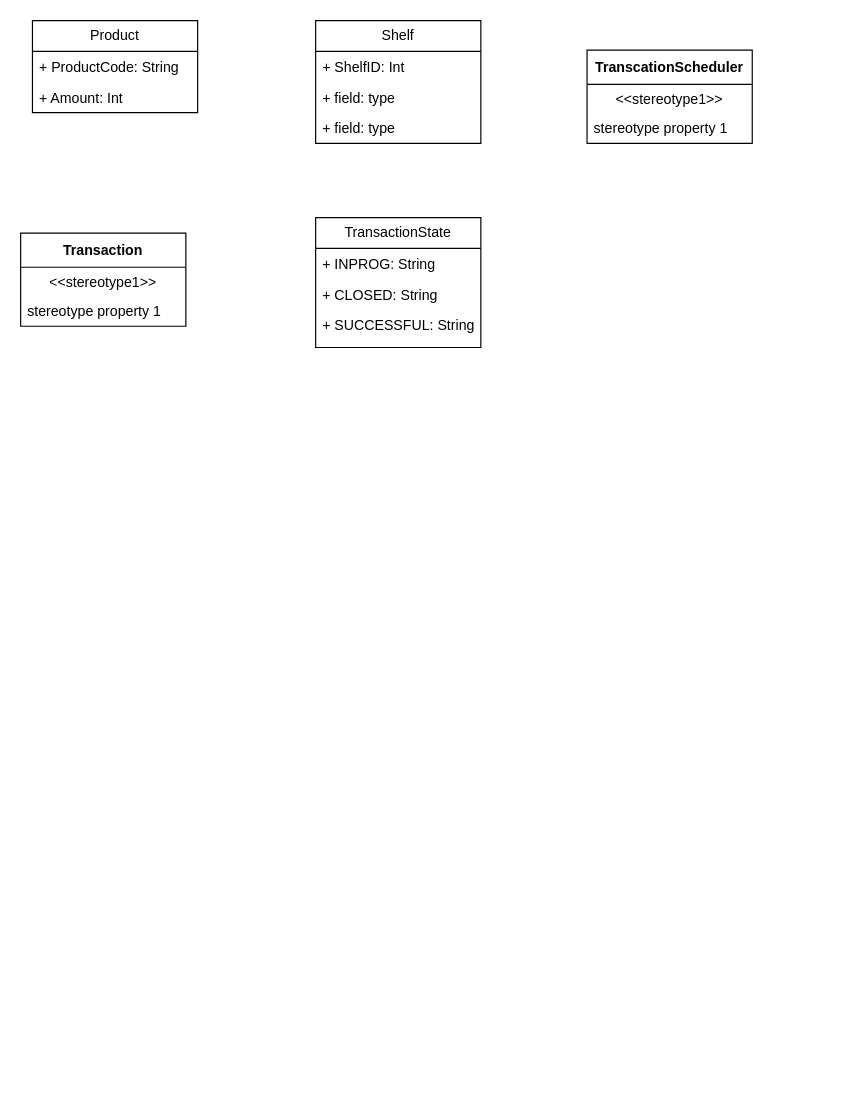
This is VendingMachine.drawio from krishnaagarwal1feb/LowLevelDesign, a draw.io file, before an edit. Source tidied: cells renumbered, new cells numbered last; positions are measured from the earlier drawing's top-left corner, leaving out a move shared by most shapes. Both pictures are drawn from the tidied source at 118%, with x=0, y=0 at pixel (20, 20).
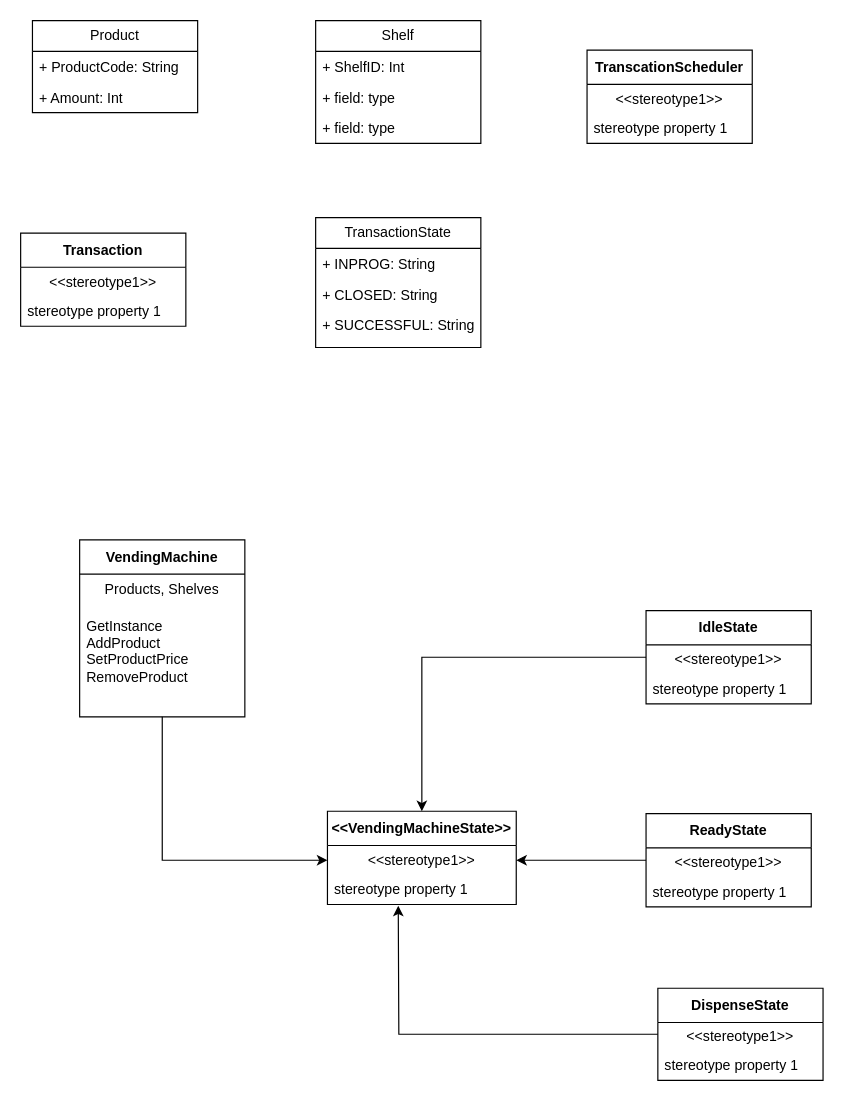
After the change.

Commit message:
Update VendingMachine design for state pattern

Diff of the diagram source:
```diff
@@
+    <mxCell id="19" style="edgeStyle=orthogonalEdgeStyle;rounded=0;jettySize=auto;html=1;" parent="1" edge="1" source="20" target="23">
+      <mxGeometry relative="1" as="geometry" />
+    </mxCell>
+    <mxCell id="20" value="IdleState" style="swimlane;fontStyle=1;align=center;verticalAlign=middle;horizontal=1;startSize=29;html=1;whiteSpace=wrap;" parent="1" vertex="1">
+      <mxGeometry x="530" y="500" width="140" height="79" as="geometry" />
+    </mxCell>
+    <mxCell id="21" value="&amp;lt;&amp;lt;stereotype1&amp;gt;&amp;gt;" style="text;html=1;strokeColor=none;fillColor=none;align=center;verticalAlign=middle;spacingLeft=4;spacingRight=4;overflow=hidden;whiteSpace=wrap;" parent="20" vertex="1">
+      <mxGeometry y="29" width="140" height="25" as="geometry" />
+    </mxCell>
+    <mxCell id="22" value="stereotype property 1" style="text;html=1;strokeColor=none;fillColor=none;align=left;verticalAlign=middle;spacingLeft=4;spacingRight=4;overflow=hidden;whiteSpace=wrap;" parent="20" vertex="1">
+      <mxGeometry y="54" width="140" height="25" as="geometry" />
+    </mxCell>
+    <mxCell id="23" value="&amp;lt;&amp;lt;VendingMachineState&amp;gt;&amp;gt;" style="swimlane;fontStyle=1;align=center;verticalAlign=middle;horizontal=1;startSize=29;html=1;whiteSpace=wrap;" parent="1" vertex="1">
+      <mxGeometry x="260" y="670" width="160" height="79" as="geometry" />
+    </mxCell>
+    <mxCell id="24" value="&amp;lt;&amp;lt;stereotype1&amp;gt;&amp;gt;" style="text;html=1;strokeColor=none;fillColor=none;align=center;verticalAlign=middle;spacingLeft=4;spacingRight=4;overflow=hidden;points=[[0,0.5],[1,0.5]];portConstraint=eastwest;whiteSpace=wrap;" parent="23" vertex="1">
+      <mxGeometry y="29" width="160" height="25" as="geometry" />
+    </mxCell>
+    <mxCell id="25" value="stereotype property 1" style="text;html=1;strokeColor=none;fillColor=none;align=left;verticalAlign=middle;spacingLeft=4;spacingRight=4;overflow=hidden;whiteSpace=wrap;" parent="23" vertex="1">
+      <mxGeometry y="54" width="160" height="25" as="geometry" />
+    </mxCell>
+    <mxCell id="26" style="edgeStyle=orthogonalEdgeStyle;rounded=0;jettySize=auto;html=1;" parent="1" edge="1" source="27">
+      <mxGeometry relative="1" as="geometry">
+        <mxPoint x="320" y="750" as="targetPoint" />
+      </mxGeometry>
+    </mxCell>
+    <mxCell id="27" value="DispenseState" style="swimlane;fontStyle=1;align=center;verticalAlign=middle;horizontal=1;startSize=29;html=1;whiteSpace=wrap;" parent="1" vertex="1">
+      <mxGeometry x="540" y="820" width="140" height="78" as="geometry" />
+    </mxCell>
+    <mxCell id="28" value="&amp;lt;&amp;lt;stereotype1&amp;gt;&amp;gt;" style="text;html=1;strokeColor=none;fillColor=none;align=center;verticalAlign=middle;spacingLeft=4;spacingRight=4;overflow=hidden;whiteSpace=wrap;" parent="27" vertex="1">
+      <mxGeometry y="29" width="140" height="24" as="geometry" />
+    </mxCell>
+    <mxCell id="29" value="stereotype property 1" style="text;html=1;strokeColor=none;fillColor=none;align=left;verticalAlign=middle;spacingLeft=4;spacingRight=4;overflow=hidden;whiteSpace=wrap;" parent="27" vertex="1">
+      <mxGeometry y="53" width="140" height="25" as="geometry" />
+    </mxCell>
+    <mxCell id="30" style="edgeStyle=orthogonalEdgeStyle;rounded=0;jettySize=auto;html=1;entryX=1;entryY=0.5;entryDx=0;entryDy=0;" parent="1" edge="1" source="31" target="24">
+      <mxGeometry relative="1" as="geometry" />
+    </mxCell>
+    <mxCell id="31" value="ReadyState" style="swimlane;fontStyle=1;align=center;verticalAlign=middle;horizontal=1;startSize=29;html=1;whiteSpace=wrap;" parent="1" vertex="1">
+      <mxGeometry x="530" y="672" width="140" height="79" as="geometry" />
+    </mxCell>
+    <mxCell id="32" value="&amp;lt;&amp;lt;stereotype1&amp;gt;&amp;gt;" style="text;html=1;strokeColor=none;fillColor=none;align=center;verticalAlign=middle;spacingLeft=4;spacingRight=4;overflow=hidden;whiteSpace=wrap;" parent="31" vertex="1">
+      <mxGeometry y="29" width="140" height="25" as="geometry" />
+    </mxCell>
+    <mxCell id="33" value="stereotype property 1" style="text;html=1;strokeColor=none;fillColor=none;align=left;verticalAlign=middle;spacingLeft=4;spacingRight=4;overflow=hidden;whiteSpace=wrap;" parent="31" vertex="1">
+      <mxGeometry y="54" width="140" height="25" as="geometry" />
+    </mxCell>
+    <mxCell id="34" style="edgeStyle=orthogonalEdgeStyle;rounded=0;jettySize=auto;html=1;" parent="1" edge="1" source="35" target="24">
+      <mxGeometry relative="1" as="geometry" />
+    </mxCell>
+    <mxCell id="35" value="VendingMachine" style="swimlane;fontStyle=1;align=center;verticalAlign=middle;horizontal=1;startSize=29;html=1;whiteSpace=wrap;" parent="1" vertex="1">
+      <mxGeometry x="50" y="440" width="140" height="150" as="geometry" />
+    </mxCell>
+    <mxCell id="36" value="Products, Shelves" style="text;html=1;strokeColor=none;fillColor=none;align=center;verticalAlign=middle;spacingLeft=4;spacingRight=4;overflow=hidden;whiteSpace=wrap;" parent="35" vertex="1">
+      <mxGeometry y="29" width="140" height="25" as="geometry" />
+    </mxCell>
+    <mxCell id="37" value="GetInstance&lt;div&gt;AddProduct&lt;/div&gt;&lt;div&gt;SetProductPrice&lt;br&gt;RemoveProduct&lt;/div&gt;&lt;div&gt;&lt;br&gt;&lt;/div&gt;" style="text;html=1;strokeColor=none;fillColor=none;align=left;verticalAlign=middle;spacingLeft=4;spacingRight=4;overflow=hidden;whiteSpace=wrap;" parent="35" vertex="1">
+      <mxGeometry y="54" width="140" height="96" as="geometry" />
+    </mxCell>
```
